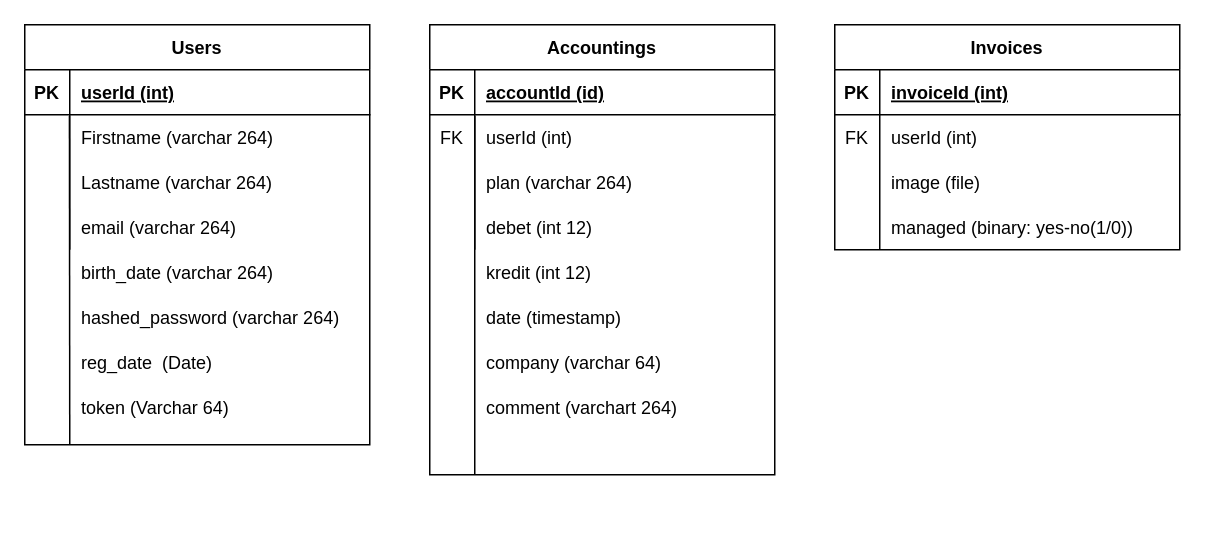
Before: ER_diagram.drawio in LucasHSchuber/react_projekt_javascriptbaserad_webbutveckling, a draw.io diagram. Source tidied: cells renumbered, new cells numbered last; positions are measured from the earlier drawing's top-left corner, leaving out a move shared by most shapes. Both pictures are drawn from the tidied source at 150%, with x=0, y=0 at pixel (24, 24).
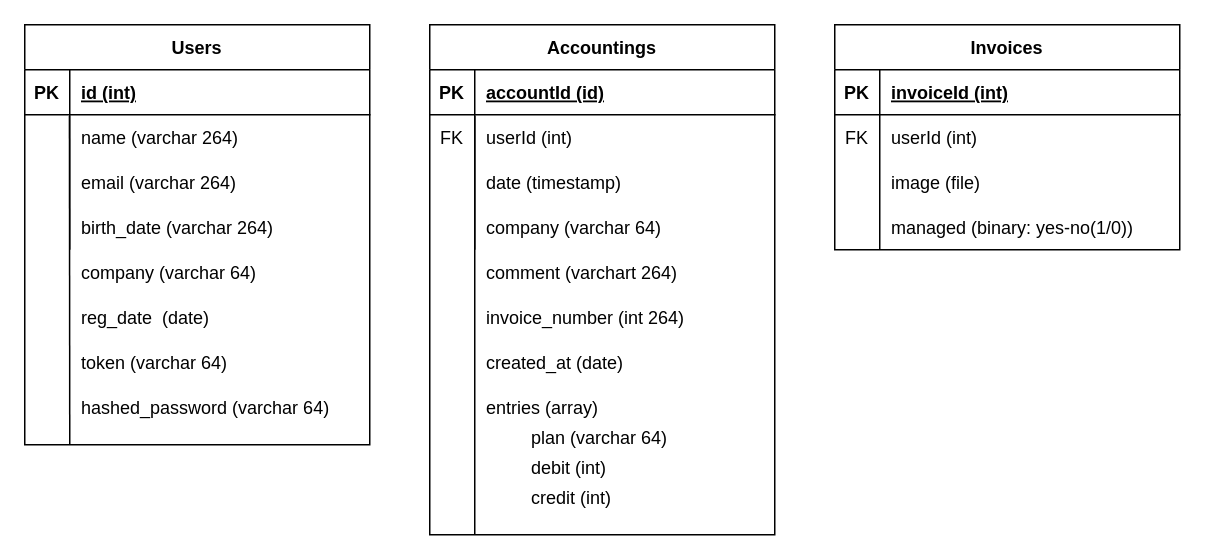
The same page after the edit.

The change refers to these unchanged cells:
```xml
<mxCell id="2" value="Users" style="shape=table;startSize=30;childLayout=tableLayout;rowLines=0;fontStyle=1;align=center;" parent="1" vertex="1">
  <mxGeometry width="230" height="280" as="geometry" />
</mxCell>
<mxCell id="3" style="shape=tableRow;horizontal=0;startSize=0;swimlaneHead=0;swimlaneBody=0;fillColor=none;top=0;left=0;right=0;bottom=1;" parent="2" vertex="1">
  <mxGeometry y="30" width="230" height="30" as="geometry" />
</mxCell>
<mxCell id="6" style="shape=tableRow;horizontal=0;startSize=0;swimlaneHead=0;swimlaneBody=0;fillColor=none;top=0;left=0;right=0;bottom=0;" parent="2" vertex="1">
  <mxGeometry y="60" width="230" height="30" as="geometry" />
</mxCell>
<mxCell id="26" style="shape=tableRow;horizontal=0;startSize=0;swimlaneHead=0;swimlaneBody=0;fillColor=none;top=0;left=0;right=0;bottom=0;" parent="19" vertex="1">
  <mxGeometry y="90" width="230" height="30" as="geometry" />
</mxCell>
<mxCell id="29" style="shape=tableRow;horizontal=0;startSize=0;swimlaneHead=0;swimlaneBody=0;fillColor=none;top=0;left=0;right=0;bottom=0;" parent="19" vertex="1">
  <mxGeometry y="120" width="230" height="30" as="geometry" />
</mxCell>
```

Change to the diagram source:
```diff
@@
-    <mxCell id="5" value="userId (int)" style="shape=partialRectangle;fillColor=none;top=0;left=0;bottom=0;right=0;align=left;spacingLeft=6;fontStyle=5;overflow=hidden;" parent="3" vertex="1">
+    <mxCell id="5" value="id (int)" style="shape=partialRectangle;fillColor=none;top=0;left=0;bottom=0;right=0;align=left;spacingLeft=6;fontStyle=5;overflow=hidden;" parent="3" vertex="1">
       <mxGeometry x="30" width="200" height="30" as="geometry" />
     </mxCell>
@@
-    <mxCell id="8" value="Firstname (varchar 264)" style="shape=partialRectangle;fillColor=none;top=0;left=0;bottom=0;right=0;align=left;spacingLeft=6;overflow=hidden;" parent="6" vertex="1">
+    <mxCell id="8" value="name (varchar 264)" style="shape=partialRectangle;fillColor=none;top=0;left=0;bottom=0;right=0;align=left;spacingLeft=6;overflow=hidden;" parent="6" vertex="1">
       <mxGeometry x="30" width="200" height="30" as="geometry" />
     </mxCell>
+    <mxCell id="12" style="shape=tableRow;horizontal=0;startSize=0;swimlaneHead=0;swimlaneBody=0;fillColor=none;top=0;left=0;right=0;bottom=0;" parent="2" vertex="1">
+      <mxGeometry y="90" width="230" height="30" as="geometry" />
+    </mxCell>
+    <mxCell id="13" style="shape=partialRectangle;fillColor=none;top=0;left=0;bottom=0;right=0;overflow=hidden;" parent="12" vertex="1">
+      <mxGeometry width="30" height="30" as="geometry" />
+    </mxCell>
+    <mxCell id="14" value="email (varchar 264)" style="shape=partialRectangle;fillColor=none;top=0;left=0;bottom=0;right=0;align=left;spacingLeft=6;overflow=hidden;" parent="12" vertex="1">
+      <mxGeometry x="30" width="200" height="30" as="geometry" />
+    </mxCell>
     <mxCell id="9" style="shape=tableRow;horizontal=0;startSize=0;swimlaneHead=0;swimlaneBody=0;fillColor=none;top=0;left=0;right=0;bottom=0;" parent="2" vertex="1">
-      <mxGeometry y="90" width="230" height="30" as="geometry" />
+      <mxGeometry y="120" width="230" height="30" as="geometry" />
     </mxCell>
@@
-    <mxCell id="11" value="Lastname (varchar 264)" style="shape=partialRectangle;fillColor=none;top=0;left=0;bottom=0;right=0;align=left;spacingLeft=6;overflow=hidden;" parent="9" vertex="1">
+    <mxCell id="11" style="shape=partialRectangle;fillColor=none;top=0;left=0;bottom=0;right=0;align=left;spacingLeft=6;overflow=hidden;" parent="9" vertex="1">
       <mxGeometry x="30" width="200" height="30" as="geometry" />
     </mxCell>
-    <mxCell id="12" style="shape=tableRow;horizontal=0;startSize=0;swimlaneHead=0;swimlaneBody=0;fillColor=none;top=0;left=0;right=0;bottom=0;" parent="2" vertex="1">
-      <mxGeometry y="120" width="230" height="30" as="geometry" />
-    </mxCell>
-    <mxCell id="13" style="shape=partialRectangle;fillColor=none;top=0;left=0;bottom=0;right=0;overflow=hidden;" parent="12" vertex="1">
-      <mxGeometry width="30" height="30" as="geometry" />
-    </mxCell>
-    <mxCell id="14" value="email (varchar 264)" style="shape=partialRectangle;fillColor=none;top=0;left=0;bottom=0;right=0;align=left;spacingLeft=6;overflow=hidden;" parent="12" vertex="1">
-      <mxGeometry x="30" width="200" height="30" as="geometry" />
-    </mxCell>
-    <mxCell id="15" value="reg_date  (Date)" style="shape=partialRectangle;fillColor=none;top=0;left=0;bottom=0;right=0;align=left;spacingLeft=6;overflow=hidden;" parent="1" vertex="1">
-      <mxGeometry x="30" y="210" width="150" height="30" as="geometry" />
+    <mxCell id="15" value="reg_date  (date)" style="shape=partialRectangle;fillColor=none;top=0;left=0;bottom=0;right=0;align=left;spacingLeft=6;overflow=hidden;" parent="1" vertex="1">
+      <mxGeometry x="30" y="180" width="150" height="30" as="geometry" />
     </mxCell>
     <mxCell id="16" value="birth_date (varchar 264)" style="shape=partialRectangle;fillColor=none;top=0;left=0;bottom=0;right=0;align=left;spacingLeft=6;overflow=hidden;" parent="1" vertex="1">
-      <mxGeometry x="30" y="150" width="150" height="30" as="geometry" />
+      <mxGeometry x="30" y="120" width="150" height="30" as="geometry" />
     </mxCell>
-    <mxCell id="17" value="hashed_password (varchar 264)" style="shape=partialRectangle;fillColor=none;top=0;left=0;bottom=0;right=0;align=left;spacingLeft=6;overflow=hidden;" parent="1" vertex="1">
-      <mxGeometry x="30" y="180" width="200" height="30" as="geometry" />
+    <mxCell id="17" value="company (varchar 64)" style="shape=partialRectangle;fillColor=none;top=0;left=0;bottom=0;right=0;align=left;spacingLeft=6;overflow=hidden;" parent="1" vertex="1">
+      <mxGeometry x="30" y="150" width="200" height="30" as="geometry" />
     </mxCell>
@@
     <mxCell id="19" value="Accountings" style="shape=table;startSize=30;childLayout=tableLayout;rowLines=0;fontStyle=1;align=center;" parent="1" vertex="1">
-      <mxGeometry x="270" width="230" height="300" as="geometry" />
+      <mxGeometry x="270" width="230" height="340" as="geometry" />
     </mxCell>
@@
-    <mxCell id="28" value="plan (varchar 264)" style="shape=partialRectangle;fillColor=none;top=0;left=0;bottom=0;right=0;align=left;spacingLeft=6;overflow=hidden;" parent="26" vertex="1">
+    <mxCell id="28" style="shape=partialRectangle;fillColor=none;top=0;left=0;bottom=0;right=0;align=left;spacingLeft=6;overflow=hidden;" parent="26" vertex="1">
       <mxGeometry x="30" width="200" height="30" as="geometry" />
     </mxCell>
@@
-    <mxCell id="31" value="debet (int 12)" style="shape=partialRectangle;fillColor=none;top=0;left=0;bottom=0;right=0;align=left;spacingLeft=6;overflow=hidden;" parent="29" vertex="1">
+    <mxCell id="31" style="shape=partialRectangle;fillColor=none;top=0;left=0;bottom=0;right=0;align=left;spacingLeft=6;overflow=hidden;" parent="29" vertex="1">
       <mxGeometry x="30" width="200" height="30" as="geometry" />
     </mxCell>
@@
     <mxCell id="45" value="date (timestamp)" style="shape=partialRectangle;fillColor=none;top=0;left=0;bottom=0;right=0;align=left;spacingLeft=6;overflow=hidden;" parent="1" vertex="1">
-      <mxGeometry x="300" y="180" width="200" height="30" as="geometry" />
+      <mxGeometry x="300" y="90" width="200" height="30" as="geometry" />
     </mxCell>
     <mxCell id="46" style="endArrow=none;html=1;rounded=0;exitX=0.171;exitY=0.03;exitDx=0;exitDy=0;exitPerimeter=0;" parent="1" edge="1">
       <mxGeometry relative="1" as="geometry">
         <mxPoint x="300" y="60.9" as="sourcePoint" />
-        <mxPoint x="300" y="300" as="targetPoint" />
+        <mxPoint x="300" y="340" as="targetPoint" />
       </mxGeometry>
     </mxCell>
     <mxCell id="47" value="company (varchar 64)" style="shape=partialRectangle;fillColor=none;top=0;left=0;bottom=0;right=0;align=left;spacingLeft=6;overflow=hidden;" parent="1" vertex="1">
-      <mxGeometry x="300" y="210" width="200" height="30" as="geometry" />
+      <mxGeometry x="300" y="120" width="200" height="30" as="geometry" />
     </mxCell>
     <mxCell id="48" value="comment (varchart 264)" style="shape=partialRectangle;fillColor=none;top=0;left=0;bottom=0;right=0;align=left;spacingLeft=6;overflow=hidden;" parent="1" vertex="1">
-      <mxGeometry x="300" y="240" width="200" height="30" as="geometry" />
+      <mxGeometry x="300" y="150" width="200" height="30" as="geometry" />
     </mxCell>
-    <mxCell id="49" value="kredit (int 12)" style="shape=partialRectangle;fillColor=none;top=0;left=0;bottom=0;right=0;align=left;spacingLeft=6;overflow=hidden;" parent="1" vertex="1">
-      <mxGeometry x="300" y="150" width="200" height="30" as="geometry" />
-    </mxCell>
-    <mxCell id="50" value="token (Varchar 64)" style="shape=partialRectangle;fillColor=none;top=0;left=0;bottom=0;right=0;align=left;spacingLeft=6;overflow=hidden;" parent="1" vertex="1">
-      <mxGeometry x="30" y="240" width="150" height="30" as="geometry" />
+    <mxCell id="50" value="token (varchar 64)" style="shape=partialRectangle;fillColor=none;top=0;left=0;bottom=0;right=0;align=left;spacingLeft=6;overflow=hidden;" parent="1" vertex="1">
+      <mxGeometry x="30" y="210" width="150" height="30" as="geometry" />
     </mxCell>
+    <mxCell id="51" value="hashed_password (varchar 64)" style="shape=partialRectangle;fillColor=none;top=0;left=0;bottom=0;right=0;align=left;spacingLeft=6;overflow=hidden;" parent="1" vertex="1">
+      <mxGeometry x="30" y="240" width="190" height="30" as="geometry" />
+    </mxCell>
+    <mxCell id="52" value="invoice_number (int 264)" style="shape=partialRectangle;fillColor=none;top=0;left=0;bottom=0;right=0;align=left;spacingLeft=6;overflow=hidden;" parent="1" vertex="1">
+      <mxGeometry x="300" y="180" width="200" height="30" as="geometry" />
+    </mxCell>
+    <mxCell id="53" value="created_at (date)" style="shape=partialRectangle;fillColor=none;top=0;left=0;bottom=0;right=0;align=left;spacingLeft=6;overflow=hidden;" parent="1" vertex="1">
+      <mxGeometry x="300" y="210" width="200" height="30" as="geometry" />
+    </mxCell>
+    <mxCell id="54" value="entries (array)" style="shape=partialRectangle;fillColor=none;top=0;left=0;bottom=0;right=0;align=left;spacingLeft=6;overflow=hidden;" parent="1" vertex="1">
+      <mxGeometry x="300" y="240" width="200" height="30" as="geometry" />
+    </mxCell>
+    <mxCell id="55" value="plan (varchar 64)" style="shape=partialRectangle;fillColor=none;top=0;left=0;bottom=0;right=0;align=left;spacingLeft=6;overflow=hidden;" parent="1" vertex="1">
+      <mxGeometry x="330" y="260" width="200" height="30" as="geometry" />
+    </mxCell>
+    <mxCell id="56" value="debit (int)" style="shape=partialRectangle;fillColor=none;top=0;left=0;bottom=0;right=0;align=left;spacingLeft=6;overflow=hidden;" parent="1" vertex="1">
+      <mxGeometry x="330" y="280" width="200" height="30" as="geometry" />
+    </mxCell>
+    <mxCell id="57" value="credit (int)" style="shape=partialRectangle;fillColor=none;top=0;left=0;bottom=0;right=0;align=left;spacingLeft=6;overflow=hidden;" parent="1" vertex="1">
+      <mxGeometry x="330" y="300" width="200" height="30" as="geometry" />
+    </mxCell>
```
